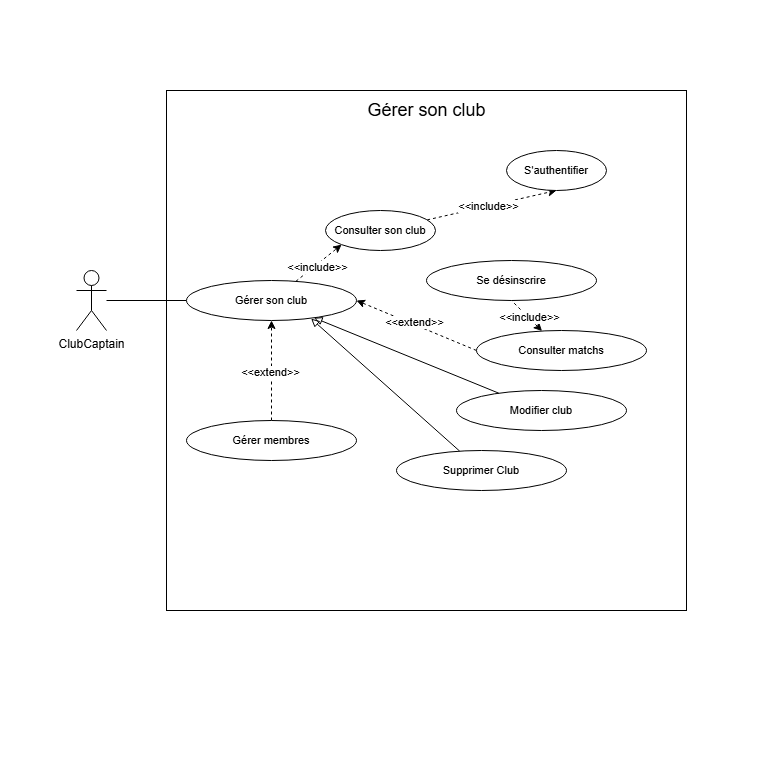
The draw.io diagram Diagram use case Gérer son club.drawio.png in Mathistrg/Styx, before a commit. Source tidied: cells renumbered, new cells last; positions are measured from the earlier drawing's top-left corner, leaving out a move shared by most shapes.
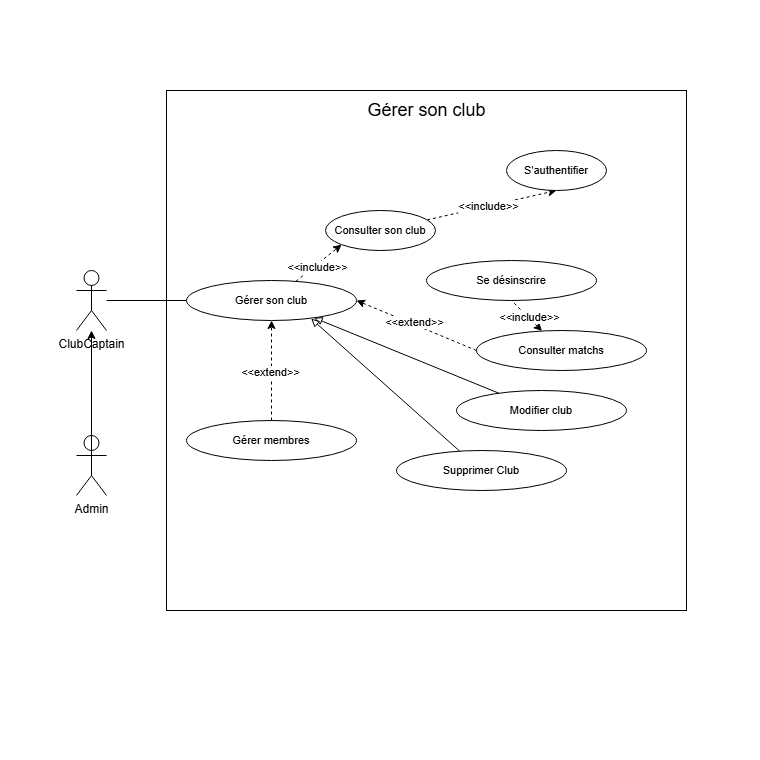
Above is the later version.

Commit message:
Mettre à jour Diagram use case Gérer son club.drawio.png

What changed in the source:
```diff
@@ -77,5 +77,11 @@
     <mxCell id="26" style="edgeStyle=none;shape=connector;rounded=0;jettySize=auto;html=1;strokeColor=default;align=center;verticalAlign=middle;fontFamily=Helvetica;fontSize=11;fontColor=default;labelBackgroundColor=default;endArrow=block;endFill=0;" parent="1" edge="1" source="23" target="13">
       <mxGeometry relative="1" as="geometry" />
     </mxCell>
+    <mxCell id="27" value="Admin" style="shape=umlActor;verticalLabelPosition=bottom;verticalAlign=top;html=1;outlineConnect=0;" parent="1" vertex="1">
+      <mxGeometry x="76" y="435" width="30" height="60" as="geometry" />
+    </mxCell>
+    <mxCell id="28" style="rounded=0;jettySize=auto;html=1;endArrow=none;endFill=0;entryX=0.5;entryY=0.5;entryDx=0;entryDy=0;entryPerimeter=0;startArrow=classic;startFill=1;" parent="1" edge="1" source="6" target="27">
+      <mxGeometry relative="1" as="geometry" />
+    </mxCell>
   </root>
 </mxGraphModel>
```
